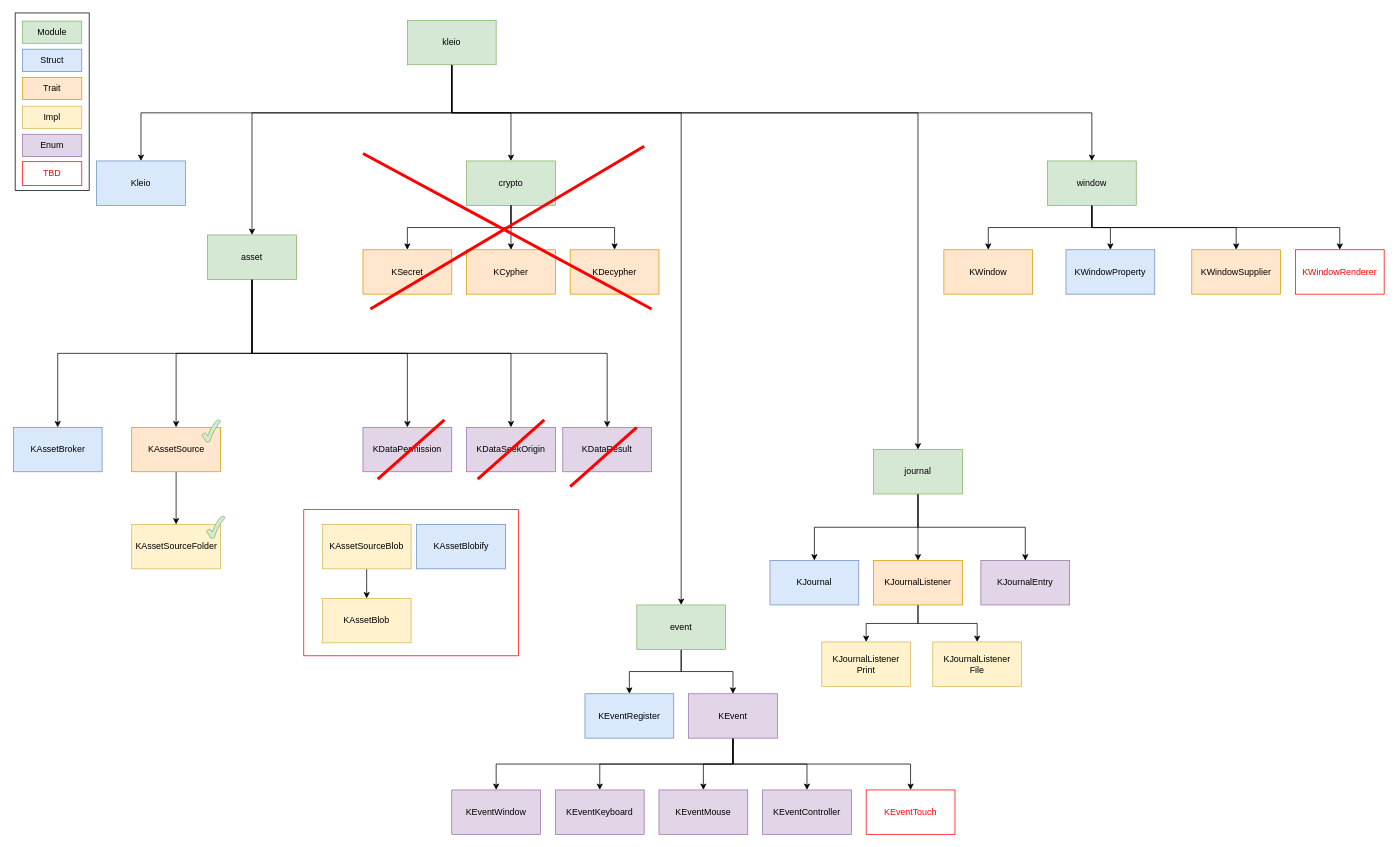
Earlier version of the draw.io diagram diagram/kleio.drawio (NickelAngeStudio/kleio). Source tidied: cells renumbered, new cells numbered last; positions are measured from the earlier drawing's top-left corner, leaving out a move shared by most shapes. Both pictures are drawn from the tidied source at 74%, with x=0, y=0 at pixel (13, 13).
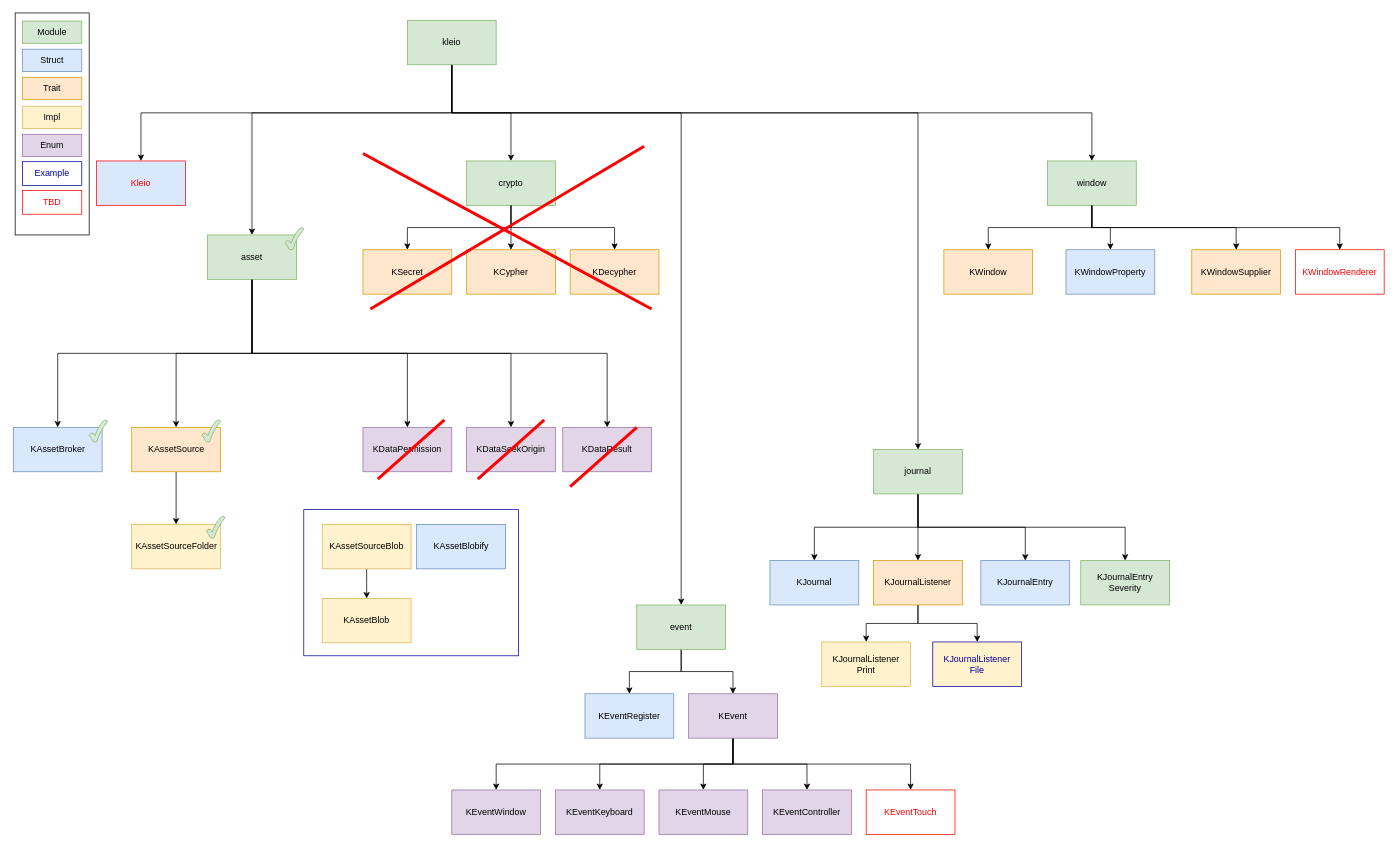
The same diagram, later.

The change refers to these unchanged cells:
```xml
<mxCell id="56" value="journal" style="rounded=0;whiteSpace=wrap;html=1;fillColor=#d5e8d4;strokeColor=#82b366;" parent="1" vertex="1">
  <mxGeometry x="1162" y="590" width="120" height="60" as="geometry" />
</mxCell>
```

Change to the diagram source:
```diff
@@
-    <mxCell id="2" style="rounded=0;whiteSpace=wrap;html=1;strokeColor=#FF0000;" parent="1" vertex="1">
+    <mxCell id="2" style="rounded=0;whiteSpace=wrap;html=1;strokeColor=#000099;" parent="1" vertex="1">
       <mxGeometry x="392" y="671.2" width="290" height="197.5" as="geometry" />
     </mxCell>
@@
-    <mxCell id="9" value="Kleio" style="rounded=0;whiteSpace=wrap;html=1;fillColor=#dae8fc;strokeColor=#6c8ebf;" parent="1" vertex="1">
+    <mxCell id="9" value="Kleio" style="rounded=0;whiteSpace=wrap;html=1;fillColor=#dae8fc;strokeColor=#FF0000;fontColor=#FF0000;" parent="1" vertex="1">
       <mxGeometry x="112" y="200" width="120" height="60" as="geometry" />
     </mxCell>
@@
-    <mxCell id="52" value="KJournalEntry" style="rounded=0;whiteSpace=wrap;html=1;fillColor=#e1d5e7;strokeColor=#9673a6;" parent="1" vertex="1">
+    <mxCell id="52" value="KJournalEntry" style="rounded=0;whiteSpace=wrap;html=1;fillColor=#dae8fc;strokeColor=#6c8ebf;" parent="1" vertex="1">
       <mxGeometry x="1307" y="740" width="120" height="60" as="geometry" />
     </mxCell>
@@
+    <mxCell id="86" style="edgeStyle=orthogonalEdgeStyle;rounded=0;jettySize=auto;html=1;exitX=0.5;exitY=1;exitDx=0;exitDy=0;entryX=0.5;entryY=0;entryDx=0;entryDy=0;fontColor=#000099;" parent="1" edge="1" source="56" target="91">
+      <mxGeometry relative="1" as="geometry" />
+    </mxCell>
@@
-    <mxCell id="59" style="rounded=0;whiteSpace=wrap;html=1;" parent="1" vertex="1">
-      <mxGeometry x="2" width="100" height="240" as="geometry" />
-    </mxCell>
-    <mxCell id="60" style="group;" parent="1" vertex="1">
-      <mxGeometry x="12" y="11" width="80" height="222" as="geometry" />
-    </mxCell>
-    <mxCell id="61" value="Module" style="rounded=0;whiteSpace=wrap;html=1;fillColor=#d5e8d4;strokeColor=#82b366;" parent="60" vertex="1">
-      <mxGeometry width="80" height="30" as="geometry" />
-    </mxCell>
-    <mxCell id="62" value="Struct" style="rounded=0;whiteSpace=wrap;html=1;fillColor=#dae8fc;strokeColor=#6c8ebf;" parent="60" vertex="1">
-      <mxGeometry y="38" width="80" height="30" as="geometry" />
-    </mxCell>
-    <mxCell id="63" value="Trait" style="rounded=0;whiteSpace=wrap;html=1;fillColor=#ffe6cc;strokeColor=#d79b00;" parent="60" vertex="1">
-      <mxGeometry y="76" width="80" height="30" as="geometry" />
-    </mxCell>
-    <mxCell id="64" value="Impl" style="rounded=0;whiteSpace=wrap;html=1;fillColor=#fff2cc;strokeColor=#d6b656;" parent="60" vertex="1">
-      <mxGeometry y="115" width="80" height="30" as="geometry" />
-    </mxCell>
-    <mxCell id="65" value="TBD" style="rounded=0;whiteSpace=wrap;html=1;fillColor=none;strokeColor=#FF0000;fontColor=#FF0000;" parent="60" vertex="1">
-      <mxGeometry y="190" width="80" height="32" as="geometry" />
-    </mxCell>
-    <mxCell id="66" value="Enum" style="rounded=0;whiteSpace=wrap;html=1;fillColor=#e1d5e7;strokeColor=#9673a6;" parent="60" vertex="1">
-      <mxGeometry y="153" width="80" height="30" as="geometry" />
-    </mxCell>
@@
-    <mxCell id="68" value="KJournalListener&lt;br&gt;File" style="rounded=0;whiteSpace=wrap;html=1;fillColor=#fff2cc;strokeColor=#d6b656;" parent="1" vertex="1">
+    <mxCell id="68" value="KJournalListener&lt;br&gt;File" style="rounded=0;whiteSpace=wrap;html=1;fillColor=#fff2cc;strokeColor=#000099;fontColor=#000099;" parent="1" vertex="1">
       <mxGeometry x="1242" y="850" width="120" height="60" as="geometry" />
     </mxCell>
@@
+    <mxCell id="87" style="verticalLabelPosition=bottom;verticalAlign=top;html=1;shape=mxgraph.basic.tick;fillColor=#d5e8d4;strokeColor=#82b366;" parent="1" vertex="1">
+      <mxGeometry x="102" y="550" width="25" height="30" as="geometry" />
+    </mxCell>
+    <mxCell id="88" style="verticalLabelPosition=bottom;verticalAlign=top;html=1;shape=mxgraph.basic.tick;fillColor=#d5e8d4;strokeColor=#82b366;" parent="1" vertex="1">
+      <mxGeometry x="367" y="290" width="25" height="30" as="geometry" />
+    </mxCell>
+    <mxCell id="89" style="group;" parent="1" vertex="1">
+      <mxGeometry x="2" width="100" height="300" as="geometry" />
+    </mxCell>
+    <mxCell id="59" style="rounded=0;whiteSpace=wrap;html=1;" parent="89" vertex="1">
+      <mxGeometry width="100" height="300" as="geometry" />
+    </mxCell>
+    <mxCell id="61" value="Module" style="rounded=0;whiteSpace=wrap;html=1;fillColor=#d5e8d4;strokeColor=#82b366;" parent="89" vertex="1">
+      <mxGeometry x="10" y="11" width="80" height="30" as="geometry" />
+    </mxCell>
+    <mxCell id="62" value="Struct" style="rounded=0;whiteSpace=wrap;html=1;fillColor=#dae8fc;strokeColor=#6c8ebf;" parent="89" vertex="1">
+      <mxGeometry x="10" y="49" width="80" height="30" as="geometry" />
+    </mxCell>
+    <mxCell id="63" value="Trait" style="rounded=0;whiteSpace=wrap;html=1;fillColor=#ffe6cc;strokeColor=#d79b00;" parent="89" vertex="1">
+      <mxGeometry x="10" y="87" width="80" height="30" as="geometry" />
+    </mxCell>
+    <mxCell id="64" value="Impl" style="rounded=0;whiteSpace=wrap;html=1;fillColor=#fff2cc;strokeColor=#d6b656;" parent="89" vertex="1">
+      <mxGeometry x="10" y="126" width="80" height="30" as="geometry" />
+    </mxCell>
+    <mxCell id="65" value="Example" style="rounded=0;whiteSpace=wrap;html=1;fillColor=none;strokeColor=#000099;fontColor=#000099;" parent="89" vertex="1">
+      <mxGeometry x="10" y="201" width="80" height="32" as="geometry" />
+    </mxCell>
+    <mxCell id="66" value="Enum" style="rounded=0;whiteSpace=wrap;html=1;fillColor=#e1d5e7;strokeColor=#9673a6;" parent="89" vertex="1">
+      <mxGeometry x="10" y="164" width="80" height="30" as="geometry" />
+    </mxCell>
+    <mxCell id="90" value="TBD" style="rounded=0;whiteSpace=wrap;html=1;fillColor=none;strokeColor=#FF0000;fontColor=#FF0000;" parent="89" vertex="1">
+      <mxGeometry x="10" y="240" width="80" height="32" as="geometry" />
+    </mxCell>
+    <mxCell id="91" value="KJournalEntry&lt;br&gt;Severity" style="rounded=0;whiteSpace=wrap;html=1;fillColor=#d5e8d4;strokeColor=#82b366;" parent="1" vertex="1">
+      <mxGeometry x="1442" y="740" width="120" height="60" as="geometry" />
+    </mxCell>
```
